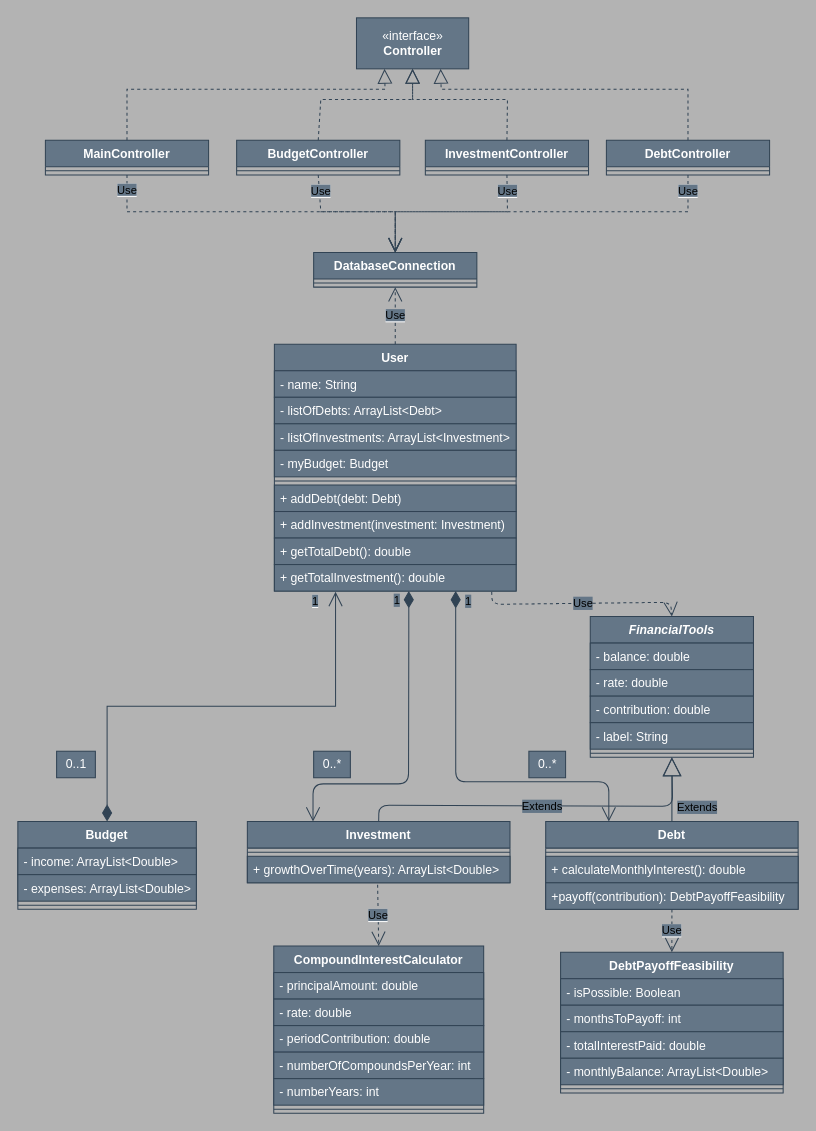
This is docs/uml/class-diagram.drawio from yattayattamatata/Trajectory, a draw.io file, before an edit. Source tidied: cells renumbered, new cells numbered last; positions are measured from the earlier drawing's top-left corner, leaving out a move shared by most shapes. Both pictures are drawn from the tidied source at 102%, with x=0, y=0 at pixel (17, 17).
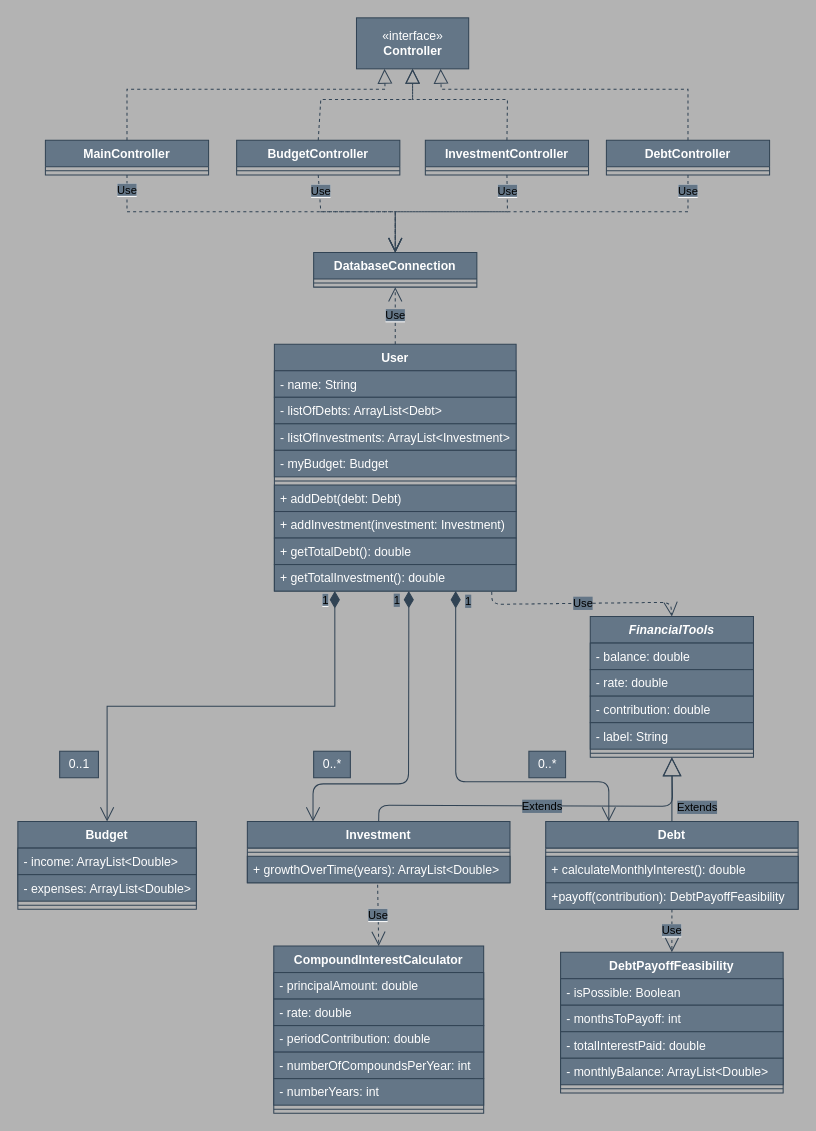
After the change.

Commit message (it also covers changes not shown here):
UML Correction

The change refers to these unchanged cells:
```xml
<mxCell id="8" value="Budget" style="swimlane;fontStyle=1;align=center;verticalAlign=top;horizontal=1;startSize=26;rounded=0;fillColor=#647687;fontColor=#ffffff;strokeColor=#314354;" parent="1" vertex="1">
  <mxGeometry y="788" width="175" height="86" as="geometry" />
</mxCell>
<mxCell id="38" value="User" style="swimlane;fontStyle=1;align=center;verticalAlign=top;horizontal=1;startSize=26;rounded=0;fillColor=#647687;fontColor=#ffffff;strokeColor=#314354;" parent="1" vertex="1">
  <mxGeometry x="251.5" y="320" width="237" height="242" as="geometry" />
</mxCell>
<mxCell id="47" value="+ getTotalInvestment(): double" style="text;strokeColor=#314354;fillColor=#647687;align=left;verticalAlign=top;spacingLeft=4;spacingRight=4;overflow=hidden;points=[[0,0.5],[1,0.5]];portConstraint=eastwest;rounded=0;fontColor=#ffffff;" parent="38" vertex="1">
  <mxGeometry y="216" width="237" height="26" as="geometry" />
</mxCell>
```

Diff of the diagram source:
```diff
@@
-    <mxCell id="48" value="&lt;span style=&quot;background-color: rgb(100, 118, 135);&quot;&gt;1&lt;/span&gt;" style="endArrow=open;html=1;endSize=12;startArrow=diamondThin;startSize=14;startFill=1;edgeStyle=orthogonalEdgeStyle;align=left;verticalAlign=bottom;exitX=0.5;exitY=0;exitDx=0;exitDy=0;entryX=0.253;entryY=1.026;entryDx=0;entryDy=0;entryPerimeter=0;rounded=0;fillColor=#647687;strokeColor=#314354;" parent="1" edge="1" source="8" target="47">
-      <mxGeometry x="0.92" y="24" relative="1" as="geometry" />
+    <mxCell id="48" value="&lt;span style=&quot;background-color: rgb(100, 118, 135);&quot;&gt;1&lt;/span&gt;" style="endArrow=open;html=1;endSize=12;startArrow=diamondThin;startSize=14;startFill=1;edgeStyle=orthogonalEdgeStyle;align=left;verticalAlign=bottom;entryX=0.5;entryY=0;entryDx=0;entryDy=0;rounded=0;fillColor=#647687;strokeColor=#314354;exitX=0.25;exitY=1;exitDx=0;exitDy=0;" parent="1" edge="1" source="38" target="8">
+      <mxGeometry x="-0.92" y="-14" relative="1" as="geometry" />
     </mxCell>
     <mxCell id="49" value="0..1" style="text;html=1;align=center;verticalAlign=middle;strokeColor=#314354;fillColor=#647687;rounded=0;fontColor=#ffffff;" parent="1" vertex="1">
-      <mxGeometry x="38" y="719" width="38" height="26" as="geometry" />
+      <mxGeometry x="41" y="719" width="38" height="26" as="geometry" />
     </mxCell>
```
